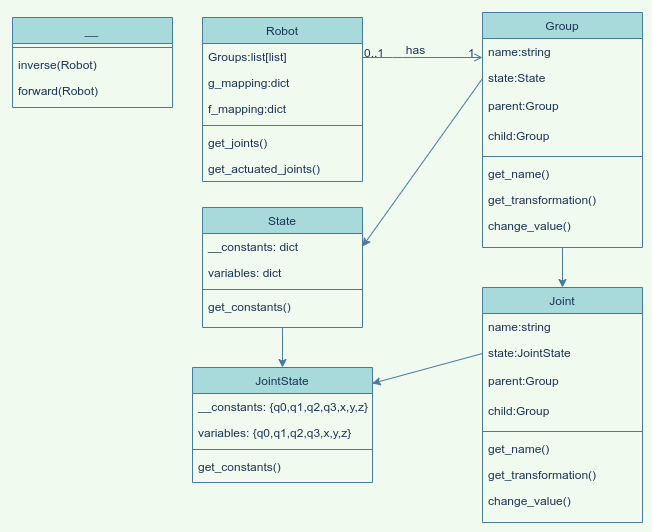
Earlier version of the draw.io export docs/design/TriP.png (TriPed-Robot/trip_kinematics). Source tidied: cells renumbered, new cells last; positions are measured from the earlier drawing's top-left corner, leaving out a move shared by most shapes.
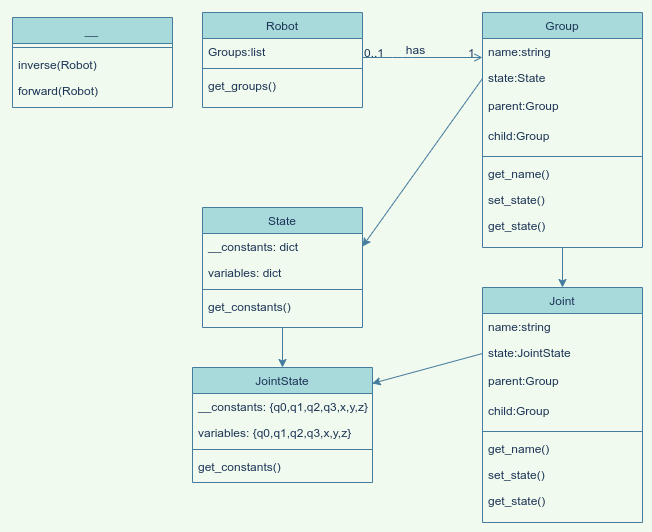
Above is the later version.

Commit message:
Update class diagram

Change to the diagram source:
```diff
@@ -3,26 +3,17 @@
     <mxCell id="0" />
     <mxCell id="1" parent="0" />
     <mxCell id="2" value="Robot&#10;" style="swimlane;fontStyle=0;align=center;verticalAlign=top;horizontal=1;startSize=26;shadow=0;strokeWidth=1;fillColor=#A8DADC;strokeColor=#457B9D;fontColor=#1D3557;" parent="1" vertex="1">
-      <mxGeometry x="190" y="5" width="160" height="164" as="geometry" />
+      <mxGeometry x="190" width="160" height="95" as="geometry" />
     </mxCell>
-    <mxCell id="3" value="Groups:list[list]&#10;" style="text;align=left;verticalAlign=top;spacingLeft=4;spacingRight=4;overflow=hidden;fontColor=#1D3557;" parent="2" vertex="1">
+    <mxCell id="3" value="Groups:list&#10;" style="text;align=left;verticalAlign=top;spacingLeft=4;spacingRight=4;overflow=hidden;fontColor=#1D3557;" parent="2" vertex="1">
       <mxGeometry y="26" width="160" height="26" as="geometry" />
     </mxCell>
-    <mxCell id="4" value="g_mapping:dict&#10;" style="text;align=left;verticalAlign=top;spacingLeft=4;spacingRight=4;overflow=hidden;shadow=0;html=0;fontColor=#1D3557;" parent="2" vertex="1">
-      <mxGeometry y="52" width="160" height="26" as="geometry" />
-    </mxCell>
-    <mxCell id="5" value="f_mapping:dict&#10;" style="text;align=left;verticalAlign=top;spacingLeft=4;spacingRight=4;overflow=hidden;shadow=0;html=0;fontColor=#1D3557;" parent="2" vertex="1">
-      <mxGeometry y="78" width="160" height="26" as="geometry" />
-    </mxCell>
     <mxCell id="6" style="line;html=1;strokeWidth=1;align=left;verticalAlign=middle;spacingTop=-1;spacingLeft=3;spacingRight=3;labelPosition=right;fillColor=#A8DADC;strokeColor=#457B9D;fontColor=#1D3557;labelBackgroundColor=#F1FAEE;" parent="2" vertex="1">
-      <mxGeometry y="104" width="160" height="8" as="geometry" />
+      <mxGeometry y="52" width="160" height="8" as="geometry" />
     </mxCell>
-    <mxCell id="7" value="get_joints()&#10;" style="text;align=left;verticalAlign=top;spacingLeft=4;spacingRight=4;overflow=hidden;fontColor=#1D3557;" parent="2" vertex="1">
-      <mxGeometry y="112" width="160" height="26" as="geometry" />
+    <mxCell id="7" value="get_groups()" style="text;align=left;verticalAlign=top;spacingLeft=4;spacingRight=4;overflow=hidden;fontColor=#1D3557;" parent="2" vertex="1">
+      <mxGeometry y="60" width="160" height="26" as="geometry" />
     </mxCell>
-    <mxCell id="8" value="get_actuated_joints()&#10;" style="text;align=left;verticalAlign=top;spacingLeft=4;spacingRight=4;overflow=hidden;fontColor=#1D3557;" parent="2" vertex="1">
-      <mxGeometry y="138" width="160" height="26" as="geometry" />
-    </mxCell>
     <mxCell id="9" value="Group&#10;" style="swimlane;fontStyle=0;align=center;verticalAlign=top;horizontal=1;startSize=26;shadow=0;strokeWidth=1;fillColor=#A8DADC;strokeColor=#457B9D;fontColor=#1D3557;" parent="1" vertex="1">
       <mxGeometry x="470" width="160" height="235" as="geometry" />
     </mxCell>
@@ -44,10 +35,10 @@
     <mxCell id="15" value="get_name()&#10;" style="text;align=left;verticalAlign=top;spacingLeft=4;spacingRight=4;overflow=hidden;fontColor=#1D3557;" parent="9" vertex="1">
       <mxGeometry y="148" width="160" height="26" as="geometry" />
     </mxCell>
-    <mxCell id="16" value="get_transformation()" style="text;align=left;verticalAlign=top;spacingLeft=4;spacingRight=4;overflow=hidden;fontColor=#1D3557;" parent="9" vertex="1">
+    <mxCell id="16" value="set_state()" style="text;align=left;verticalAlign=top;spacingLeft=4;spacingRight=4;overflow=hidden;fontColor=#1D3557;" parent="9" vertex="1">
       <mxGeometry y="174" width="160" height="26" as="geometry" />
     </mxCell>
-    <mxCell id="17" value="change_value()" style="text;align=left;verticalAlign=top;spacingLeft=4;spacingRight=4;overflow=hidden;fontColor=#1D3557;" parent="9" vertex="1">
+    <mxCell id="17" value="get_state()" style="text;align=left;verticalAlign=top;spacingLeft=4;spacingRight=4;overflow=hidden;fontColor=#1D3557;" parent="9" vertex="1">
       <mxGeometry y="200" width="160" height="26" as="geometry" />
     </mxCell>
     <mxCell id="18" style="endArrow=open;shadow=0;strokeWidth=1;endFill=1;edgeStyle=elbowEdgeStyle;elbow=vertical;strokeColor=#457B9D;fontColor=#1D3557;labelBackgroundColor=#F1FAEE;" parent="1" edge="1" source="2" target="9">
@@ -130,10 +121,10 @@
     <mxCell id="40" value="get_name()&#10;" style="text;align=left;verticalAlign=top;spacingLeft=4;spacingRight=4;overflow=hidden;fontColor=#1D3557;" parent="34" vertex="1">
       <mxGeometry y="148" width="160" height="26" as="geometry" />
     </mxCell>
-    <mxCell id="41" value="get_transformation()" style="text;align=left;verticalAlign=top;spacingLeft=4;spacingRight=4;overflow=hidden;fontColor=#1D3557;" parent="34" vertex="1">
+    <mxCell id="41" value="set_state()" style="text;align=left;verticalAlign=top;spacingLeft=4;spacingRight=4;overflow=hidden;fontColor=#1D3557;" parent="34" vertex="1">
       <mxGeometry y="174" width="160" height="26" as="geometry" />
     </mxCell>
-    <mxCell id="42" value="change_value()" style="text;align=left;verticalAlign=top;spacingLeft=4;spacingRight=4;overflow=hidden;fontColor=#1D3557;" parent="34" vertex="1">
+    <mxCell id="42" value="get_state()" style="text;align=left;verticalAlign=top;spacingLeft=4;spacingRight=4;overflow=hidden;fontColor=#1D3557;" parent="34" vertex="1">
       <mxGeometry y="200" width="160" height="26" as="geometry" />
     </mxCell>
     <mxCell id="43" value="__" style="swimlane;fontStyle=2;align=center;verticalAlign=top;horizontal=1;startSize=26;shadow=0;strokeWidth=1;fillColor=#A8DADC;strokeColor=#457B9D;fontColor=#1D3557;" parent="1" vertex="1">
```
